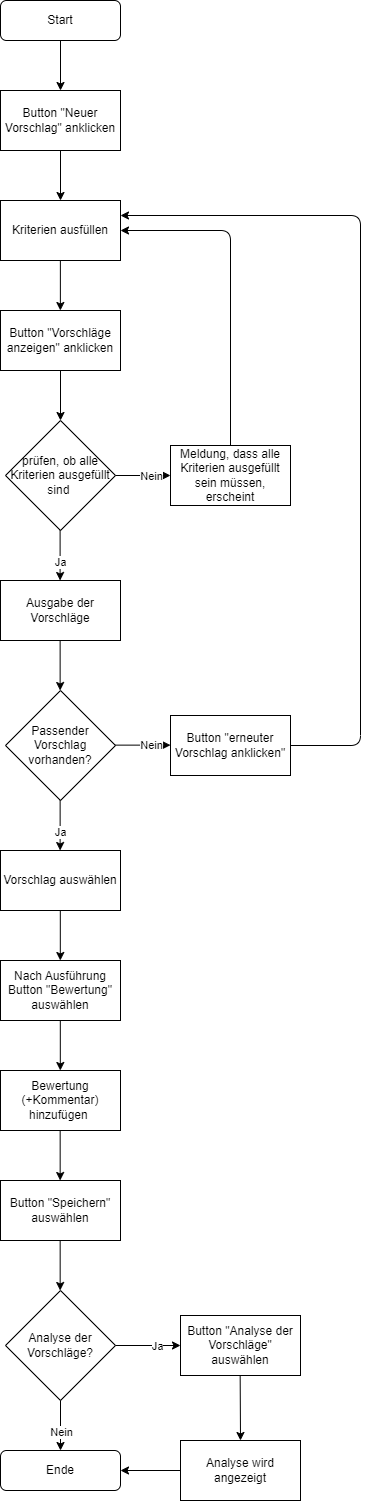
Above: images/ablaufdiagramm.drawio.png in tram12345/tipps_chur (draw.io), before the change. Source tidied: cells renumbered, new cells last; positions are measured from the earlier drawing's top-left corner, leaving out a move shared by most shapes.
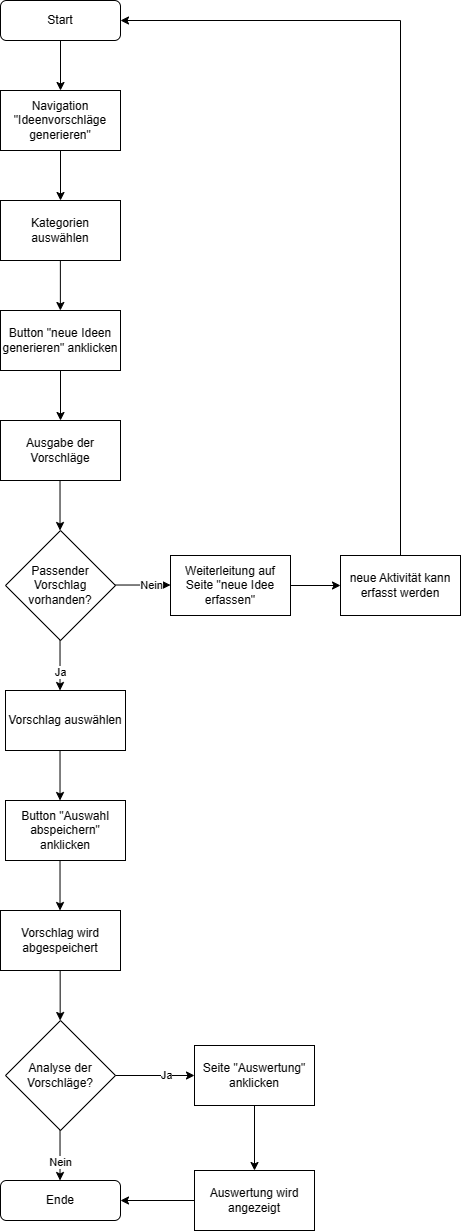
Later version of the same file.

What changed in the source:
```diff
@@ -5,30 +5,12 @@
     <mxCell id="2" value="Start" style="rounded=1;whiteSpace=wrap;html=1;fontSize=12;glass=0;strokeWidth=1;shadow=0;" parent="1" vertex="1">
       <mxGeometry width="120" height="40" as="geometry" />
     </mxCell>
-    <mxCell id="3" value="Button &quot;Neuer Vorschlag&quot; anklicken" style="rounded=0;whiteSpace=wrap;html=1;" parent="1" vertex="1">
+    <mxCell id="3" value="Navigation &quot;Ideenvorschläge generieren&quot;" style="rounded=0;whiteSpace=wrap;html=1;" parent="1" vertex="1">
       <mxGeometry y="90" width="120" height="60" as="geometry" />
     </mxCell>
-    <mxCell id="4" value="Kriterien ausfüllen" style="rounded=0;whiteSpace=wrap;html=1;" parent="1" vertex="1">
+    <mxCell id="4" value="Kategorien auswählen" style="rounded=0;whiteSpace=wrap;html=1;" parent="1" vertex="1">
       <mxGeometry y="200" width="120" height="60" as="geometry" />
     </mxCell>
-    <mxCell id="5" value="prüfen, ob alle Kriterien ausgefüllt sind&amp;nbsp;" style="rhombus;whiteSpace=wrap;html=1;" parent="1" vertex="1">
-      <mxGeometry x="5" y="420" width="110" height="110" as="geometry" />
-    </mxCell>
-    <mxCell id="6" style="endArrow=classic;html=1;rounded=0;labelBorderColor=none;" parent="1" edge="1">
-      <mxGeometry relative="1" as="geometry">
-        <mxPoint x="59.6" y="530" as="sourcePoint" />
-        <mxPoint x="59.6" y="580" as="targetPoint" />
-      </mxGeometry>
-    </mxCell>
-    <mxCell id="7" value="Ja" style="edgeLabel;html=1;align=center;verticalAlign=middle;" parent="6" vertex="1">
-      <mxGeometry x="0.28" relative="1" as="geometry" />
-    </mxCell>
-    <mxCell id="8" style="endArrow=classic;html=1;rounded=0;labelBorderColor=none;entryX=0;entryY=0.5;entryDx=0;entryDy=0;exitX=1;exitY=0.5;exitDx=0;exitDy=0;" parent="1" edge="1" source="5" target="13">
-      <mxGeometry relative="1" as="geometry" />
-    </mxCell>
-    <mxCell id="9" value="Nein" style="edgeLabel;html=1;align=center;verticalAlign=middle;" parent="8" vertex="1">
-      <mxGeometry x="0.28" relative="1" as="geometry" />
-    </mxCell>
     <mxCell id="10" style="endArrow=classic;html=1;rounded=0;labelBorderColor=none;exitX=0.5;exitY=1;exitDx=0;exitDy=0;entryX=0.5;entryY=0;entryDx=0;entryDy=0;" parent="1" edge="1" source="2" target="3">
       <mxGeometry relative="1" as="geometry" />
     </mxCell>
@@ -43,40 +25,31 @@
         <mxPoint x="59.9" y="310" as="targetPoint" />
       </mxGeometry>
     </mxCell>
-    <mxCell id="13" value="Meldung, dass alle Kriterien ausgefüllt sein müssen, erscheint" style="rounded=0;whiteSpace=wrap;html=1;" parent="1" vertex="1">
-      <mxGeometry x="170" y="445" width="120" height="60" as="geometry" />
-    </mxCell>
-    <mxCell id="14" style="endArrow=classic;html=1;labelBorderColor=none;exitX=0.5;exitY=0;exitDx=0;exitDy=0;rounded=1;entryX=1;entryY=0.5;entryDx=0;entryDy=0;" parent="1" edge="1" source="13" target="4">
-      <mxGeometry relative="1" as="geometry">
-        <Array as="points">
-          <mxPoint x="230" y="230" />
-        </Array>
-      </mxGeometry>
-    </mxCell>
-    <mxCell id="15" value="Button &quot;Vorschläge anzeigen&quot; anklicken" style="rounded=0;whiteSpace=wrap;html=1;" parent="1" vertex="1">
+    <mxCell id="15" value="Button &quot;neue Ideen generieren&quot; anklicken" style="rounded=0;whiteSpace=wrap;html=1;" parent="1" vertex="1">
       <mxGeometry y="310" width="120" height="60" as="geometry" />
     </mxCell>
-    <mxCell id="16" style="endArrow=classic;html=1;rounded=0;labelBorderColor=none;entryX=0.5;entryY=0;entryDx=0;entryDy=0;" parent="1" edge="1" target="5">
+    <mxCell id="16" style="endArrow=classic;html=1;rounded=0;labelBorderColor=none;entryX=0.5;entryY=0;entryDx=0;entryDy=0;" parent="1" edge="1">
       <mxGeometry relative="1" as="geometry">
         <mxPoint x="60" y="370" as="sourcePoint" />
+        <mxPoint x="60" y="420" as="targetPoint" />
       </mxGeometry>
     </mxCell>
     <mxCell id="17" value="Ausgabe der Vorschläge" style="rounded=0;whiteSpace=wrap;html=1;" parent="1" vertex="1">
-      <mxGeometry y="580" width="120" height="60" as="geometry" />
+      <mxGeometry y="420" width="120" height="60" as="geometry" />
     </mxCell>
     <mxCell id="18" style="endArrow=classic;html=1;rounded=0;labelBorderColor=none;entryX=0.5;entryY=0;entryDx=0;entryDy=0;" parent="1" edge="1">
       <mxGeometry relative="1" as="geometry">
-        <mxPoint x="59.6" y="640" as="sourcePoint" />
-        <mxPoint x="59.6" y="690" as="targetPoint" />
+        <mxPoint x="59.5" y="480" as="sourcePoint" />
+        <mxPoint x="59.5" y="530" as="targetPoint" />
       </mxGeometry>
     </mxCell>
     <mxCell id="19" value="Passender Vorschlag vorhanden?" style="rhombus;whiteSpace=wrap;html=1;" parent="1" vertex="1">
-      <mxGeometry x="5" y="690" width="110" height="110" as="geometry" />
+      <mxGeometry x="5" y="530" width="110" height="110" as="geometry" />
     </mxCell>
     <mxCell id="20" style="endArrow=classic;html=1;rounded=0;labelBorderColor=none;" parent="1" edge="1">
       <mxGeometry relative="1" as="geometry">
-        <mxPoint x="59.6" y="800" as="sourcePoint" />
-        <mxPoint x="59.6" y="850" as="targetPoint" />
+        <mxPoint x="59.5" y="640" as="sourcePoint" />
+        <mxPoint x="59.5" y="690" as="targetPoint" />
       </mxGeometry>
     </mxCell>
     <mxCell id="21" value="Ja" style="edgeLabel;html=1;align=center;verticalAlign=middle;" parent="20" vertex="1">
@@ -84,96 +57,88 @@
     </mxCell>
     <mxCell id="22" style="endArrow=classic;html=1;rounded=0;labelBorderColor=none;entryX=0;entryY=0.5;entryDx=0;entryDy=0;exitX=1;exitY=0.5;exitDx=0;exitDy=0;" parent="1" edge="1">
       <mxGeometry relative="1" as="geometry">
-        <mxPoint x="115" y="744.6" as="sourcePoint" />
-        <mxPoint x="170" y="744.6" as="targetPoint" />
+        <mxPoint x="115" y="584.5" as="sourcePoint" />
+        <mxPoint x="170" y="584.5" as="targetPoint" />
       </mxGeometry>
     </mxCell>
     <mxCell id="23" value="Nein" style="edgeLabel;html=1;align=center;verticalAlign=middle;" parent="22" vertex="1">
       <mxGeometry x="0.28" relative="1" as="geometry" />
     </mxCell>
-    <mxCell id="24" value="Button &quot;erneuter Vorschlag anklicken&quot;" style="rounded=0;whiteSpace=wrap;html=1;" parent="1" vertex="1">
-      <mxGeometry x="170" y="715" width="120" height="60" as="geometry" />
+    <mxCell id="24" value="Weiterleitung auf Seite &quot;neue Idee erfassen&quot;" style="rounded=0;whiteSpace=wrap;html=1;" parent="1" vertex="1">
+      <mxGeometry x="170" y="555" width="120" height="60" as="geometry" />
     </mxCell>
-    <mxCell id="25" style="endArrow=classic;html=1;labelBorderColor=none;rounded=1;entryX=1;entryY=0.25;entryDx=0;entryDy=0;exitX=1;exitY=0.5;exitDx=0;exitDy=0;" parent="1" edge="1" source="24" target="4">
-      <mxGeometry relative="1" as="geometry">
-        <Array as="points">
-          <mxPoint x="360" y="745" />
-          <mxPoint x="360" y="215" />
-        </Array>
-      </mxGeometry>
-    </mxCell>
     <mxCell id="26" value="Vorschlag auswählen" style="rounded=0;whiteSpace=wrap;html=1;" parent="1" vertex="1">
-      <mxGeometry y="850" width="120" height="60" as="geometry" />
+      <mxGeometry x="5" y="690" width="120" height="60" as="geometry" />
     </mxCell>
     <mxCell id="27" style="endArrow=classic;html=1;rounded=0;labelBorderColor=none;entryX=0.5;entryY=0;entryDx=0;entryDy=0;" parent="1" edge="1">
       <mxGeometry relative="1" as="geometry">
-        <mxPoint x="59.8" y="910" as="sourcePoint" />
-        <mxPoint x="59.8" y="960" as="targetPoint" />
+        <mxPoint x="59.5" y="750" as="sourcePoint" />
+        <mxPoint x="59.5" y="800" as="targetPoint" />
       </mxGeometry>
     </mxCell>
-    <mxCell id="28" value="Nach Ausführung Button &quot;Bewertung&quot; auswählen" style="rounded=0;whiteSpace=wrap;html=1;" parent="1" vertex="1">
-      <mxGeometry y="960" width="120" height="60" as="geometry" />
+    <mxCell id="28" value="Button &quot;Auswahl abspeichern&quot; anklicken" style="rounded=0;whiteSpace=wrap;html=1;" parent="1" vertex="1">
+      <mxGeometry x="5" y="800" width="120" height="60" as="geometry" />
     </mxCell>
-    <mxCell id="29" style="endArrow=classic;html=1;rounded=0;labelBorderColor=none;entryX=0.5;entryY=0;entryDx=0;entryDy=0;" parent="1" edge="1">
-      <mxGeometry relative="1" as="geometry">
-        <mxPoint x="59.8" y="1020" as="sourcePoint" />
-        <mxPoint x="59.8" y="1070" as="targetPoint" />
-      </mxGeometry>
-    </mxCell>
-    <mxCell id="30" value="Bewertung (+Kommentar) hinzufügen&amp;nbsp;" style="rounded=0;whiteSpace=wrap;html=1;" parent="1" vertex="1">
-      <mxGeometry y="1070" width="120" height="60" as="geometry" />
-    </mxCell>
-    <mxCell id="31" style="endArrow=classic;html=1;rounded=0;labelBorderColor=none;entryX=0.5;entryY=0;entryDx=0;entryDy=0;" parent="1" edge="1">
-      <mxGeometry relative="1" as="geometry">
-        <mxPoint x="59.7" y="1130" as="sourcePoint" />
-        <mxPoint x="59.7" y="1180" as="targetPoint" />
-      </mxGeometry>
-    </mxCell>
-    <mxCell id="32" value="Button &quot;Speichern&quot; auswählen" style="rounded=0;whiteSpace=wrap;html=1;" parent="1" vertex="1">
-      <mxGeometry y="1180" width="120" height="60" as="geometry" />
+    <mxCell id="32" value="Vorschlag wird abgespeichert" style="rounded=0;whiteSpace=wrap;html=1;" parent="1" vertex="1">
+      <mxGeometry y="910" width="120" height="60" as="geometry" />
     </mxCell>
     <mxCell id="33" style="endArrow=classic;html=1;rounded=0;labelBorderColor=none;entryX=0.5;entryY=0;entryDx=0;entryDy=0;" parent="1" edge="1">
       <mxGeometry relative="1" as="geometry">
-        <mxPoint x="59.7" y="1240" as="sourcePoint" />
-        <mxPoint x="59.7" y="1290" as="targetPoint" />
+        <mxPoint x="59.7" y="970" as="sourcePoint" />
+        <mxPoint x="59.7" y="1020" as="targetPoint" />
       </mxGeometry>
     </mxCell>
     <mxCell id="34" value="Analyse der Vorschläge?" style="rhombus;whiteSpace=wrap;html=1;" parent="1" vertex="1">
-      <mxGeometry x="5" y="1290" width="110" height="110" as="geometry" />
+      <mxGeometry x="5" y="1020" width="110" height="110" as="geometry" />
     </mxCell>
-    <mxCell id="35" style="endArrow=classic;html=1;rounded=0;labelBorderColor=none;exitX=1;exitY=0.5;exitDx=0;exitDy=0;" parent="1" edge="1" source="34">
-      <mxGeometry relative="1" as="geometry">
-        <mxPoint x="180" y="1345" as="targetPoint" />
-      </mxGeometry>
+    <mxCell id="35" style="endArrow=classic;html=1;rounded=0;labelBorderColor=none;exitX=1;exitY=0.5;exitDx=0;exitDy=0;" parent="1" edge="1" source="34" target="40">
+      <mxGeometry relative="1" as="geometry" />
     </mxCell>
     <mxCell id="36" value="Ja" style="edgeLabel;html=1;align=center;verticalAlign=middle;" parent="35" vertex="1">
       <mxGeometry x="0.28" relative="1" as="geometry" />
     </mxCell>
     <mxCell id="37" style="endArrow=classic;html=1;rounded=0;labelBorderColor=none;exitX=1;exitY=0.5;exitDx=0;exitDy=0;" parent="1" edge="1">
       <mxGeometry relative="1" as="geometry">
-        <mxPoint x="60" y="1400" as="sourcePoint" />
-        <mxPoint x="60" y="1450" as="targetPoint" />
+        <mxPoint x="59.5" y="1130" as="sourcePoint" />
+        <mxPoint x="59.5" y="1180" as="targetPoint" />
       </mxGeometry>
     </mxCell>
     <mxCell id="38" value="Nein" style="edgeLabel;html=1;align=center;verticalAlign=middle;" parent="37" vertex="1">
       <mxGeometry x="0.28" relative="1" as="geometry" />
     </mxCell>
     <mxCell id="39" value="Ende" style="rounded=1;whiteSpace=wrap;html=1;fontSize=12;glass=0;strokeWidth=1;shadow=0;" parent="1" vertex="1">
-      <mxGeometry y="1450" width="120" height="40" as="geometry" />
+      <mxGeometry y="1180" width="120" height="40" as="geometry" />
     </mxCell>
-    <mxCell id="40" value="Button &quot;Analyse der Vorschläge&quot; auswählen" style="rounded=0;whiteSpace=wrap;html=1;" parent="1" vertex="1">
-      <mxGeometry x="180" y="1315" width="120" height="60" as="geometry" />
+    <mxCell id="40" value="Seite &quot;Auswertung&quot; anklicken" style="rounded=0;whiteSpace=wrap;html=1;" parent="1" vertex="1">
+      <mxGeometry x="194" y="1045" width="120" height="60" as="geometry" />
     </mxCell>
-    <mxCell id="41" style="endArrow=classic;html=1;rounded=0;labelBorderColor=none;entryX=0.5;entryY=0;entryDx=0;entryDy=0;" parent="1" edge="1" target="42">
-      <mxGeometry relative="1" as="geometry">
-        <mxPoint x="239.7" y="1375" as="sourcePoint" />
-      </mxGeometry>
+    <mxCell id="41" style="endArrow=classic;html=1;rounded=0;labelBorderColor=none;entryX=0.5;entryY=0;entryDx=0;entryDy=0;exitX=0.5;exitY=1;exitDx=0;exitDy=0;" parent="1" edge="1" source="40" target="42">
+      <mxGeometry relative="1" as="geometry" />
     </mxCell>
-    <mxCell id="42" value="Analyse wird angezeigt" style="rounded=0;whiteSpace=wrap;html=1;" parent="1" vertex="1">
-      <mxGeometry x="180" y="1440" width="120" height="60" as="geometry" />
+    <mxCell id="42" value="Auswertung wird angezeigt" style="rounded=0;whiteSpace=wrap;html=1;" parent="1" vertex="1">
+      <mxGeometry x="194" y="1170" width="120" height="60" as="geometry" />
     </mxCell>
     <mxCell id="43" style="endArrow=classic;html=1;rounded=0;labelBorderColor=none;entryX=1;entryY=0.5;entryDx=0;entryDy=0;exitX=0;exitY=0.5;exitDx=0;exitDy=0;" parent="1" edge="1" source="42" target="39">
       <mxGeometry relative="1" as="geometry" />
     </mxCell>
+    <mxCell id="44" style="endArrow=classic;html=1;rounded=0;labelBorderColor=none;entryX=0.5;entryY=0;entryDx=0;entryDy=0;" parent="1" edge="1">
+      <mxGeometry relative="1" as="geometry">
+        <mxPoint x="59.5" y="860" as="sourcePoint" />
+        <mxPoint x="59.5" y="910" as="targetPoint" />
+      </mxGeometry>
+    </mxCell>
+    <mxCell id="45" value="neue Aktivität kann erfasst werden" style="rounded=0;whiteSpace=wrap;html=1;" parent="1" vertex="1">
+      <mxGeometry x="340" y="555" width="120" height="60" as="geometry" />
+    </mxCell>
+    <mxCell id="46" style="endArrow=classic;html=1;rounded=0;labelBorderColor=none;entryX=0;entryY=0.5;entryDx=0;entryDy=0;exitX=1;exitY=0.5;exitDx=0;exitDy=0;" parent="1" edge="1" source="24" target="45">
+      <mxGeometry relative="1" as="geometry" />
+    </mxCell>
+    <mxCell id="47" style="endArrow=classic;html=1;rounded=0;exitX=0.5;exitY=0;exitDx=0;exitDy=0;entryX=1;entryY=0.5;entryDx=0;entryDy=0;" parent="1" edge="1" source="45" target="2">
+      <mxGeometry relative="1" as="geometry">
+        <Array as="points">
+          <mxPoint x="400" y="20" />
+        </Array>
+      </mxGeometry>
+    </mxCell>
   </root>
 </mxGraphModel>
```
